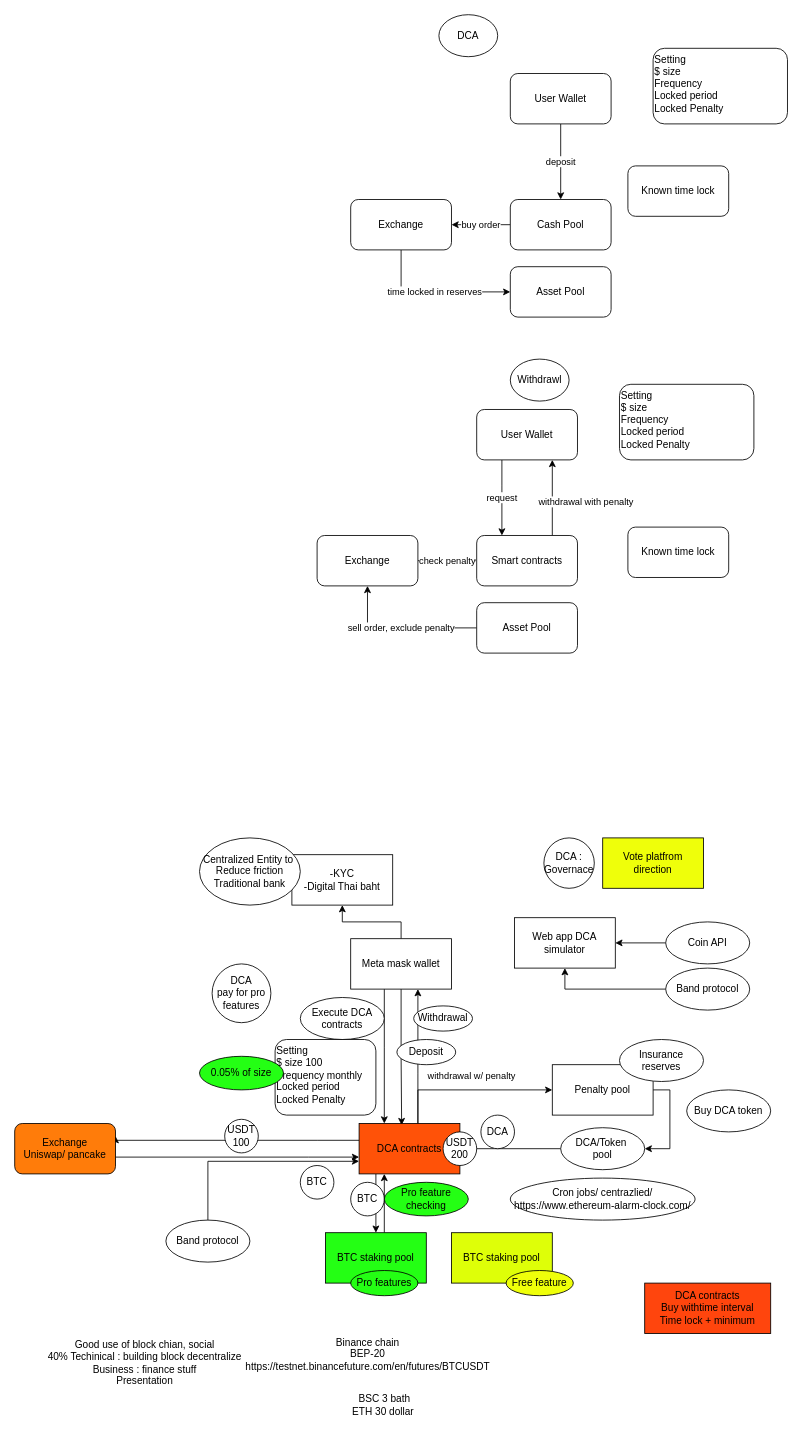
Earlier version of the draw.io diagram BitDoc.drawio (Crypto10x/BitDoc). Source tidied: cells renumbered, new cells numbered last; positions are measured from the earlier drawing's top-left corner, leaving out a move shared by most shapes. Both pictures are drawn from the tidied source at 84%, with x=0, y=0 at pixel (14, 14).
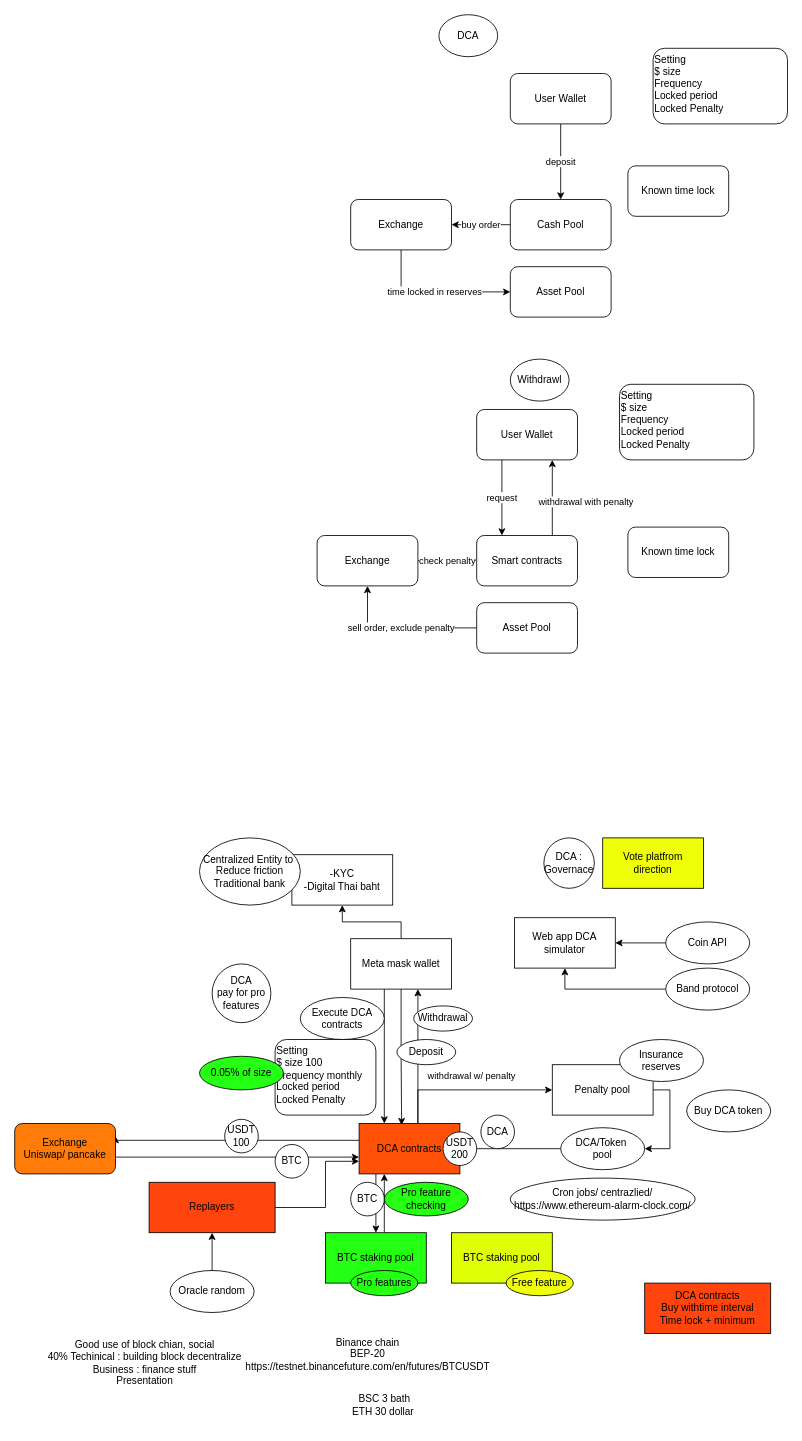
After the change.

The change refers to these unchanged cells:
```xml
<mxCell id="31" value="DCA contracts" style="rounded=0;whiteSpace=wrap;html=1;fillColor=#FF5208;" parent="1" vertex="1">
  <mxGeometry x="410" y="1320" width="120" height="60" as="geometry" />
</mxCell>
```

Diff of the diagram source:
```diff
@@
     <mxCell id="50" value="BTC" style="ellipse;whiteSpace=wrap;html=1;" parent="1" vertex="1">
-      <mxGeometry x="340" y="1370" width="40" height="40" as="geometry" />
+      <mxGeometry x="310" y="1345" width="40" height="40" as="geometry" />
     </mxCell>
@@
-    <mxCell id="67" value="Band protocol" style="ellipse;whiteSpace=wrap;html=1;" parent="1" vertex="1">
-      <mxGeometry x="180" y="1435" width="100" height="50" as="geometry" />
+    <mxCell id="67" value="Oracle random" style="ellipse;whiteSpace=wrap;html=1;" parent="1" vertex="1">
+      <mxGeometry x="185" y="1495" width="100" height="50" as="geometry" />
     </mxCell>
-    <mxCell id="68" style="edgeStyle=orthogonalEdgeStyle;rounded=0;jettySize=auto;html=1;entryX=0;entryY=0.75;entryDx=0;entryDy=0;exitX=0.5;exitY=0;exitDx=0;exitDy=0;" parent="1" edge="1" source="67" target="31">
+    <mxCell id="68" style="edgeStyle=orthogonalEdgeStyle;rounded=0;jettySize=auto;html=1;entryX=0.5;entryY=1;entryDx=0;entryDy=0;exitX=0.5;exitY=0;exitDx=0;exitDy=0;" parent="1" edge="1" source="67" target="75">
       <mxGeometry relative="1" as="geometry" />
     </mxCell>
@@
+    <mxCell id="74" style="edgeStyle=orthogonalEdgeStyle;rounded=0;jettySize=auto;html=1;entryX=0;entryY=0.75;entryDx=0;entryDy=0;" parent="1" edge="1" source="75" target="31">
+      <mxGeometry relative="1" as="geometry">
+        <Array as="points">
+          <mxPoint x="370" y="1420" />
+          <mxPoint x="370" y="1365" />
+        </Array>
+      </mxGeometry>
+    </mxCell>
+    <mxCell id="75" value="Replayers" style="rounded=0;whiteSpace=wrap;html=1;fillColor=#FF450D;" parent="1" vertex="1">
+      <mxGeometry x="160" y="1390" width="150" height="60" as="geometry" />
+    </mxCell>
```
